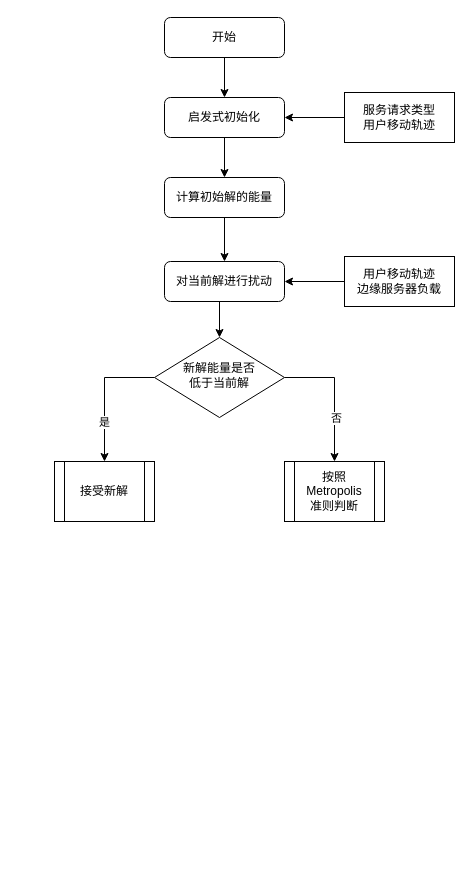
This is MaL算法流程图.drawio from DCLe-DA/Learning-DL-by-Hand, a draw.io file, before an edit. Source tidied: cells renumbered, new cells numbered last; positions are measured from the earlier drawing's top-left corner, leaving out a move shared by most shapes. Both pictures are drawn from the tidied source at 100%, with x=0, y=0 at pixel (54, 17).
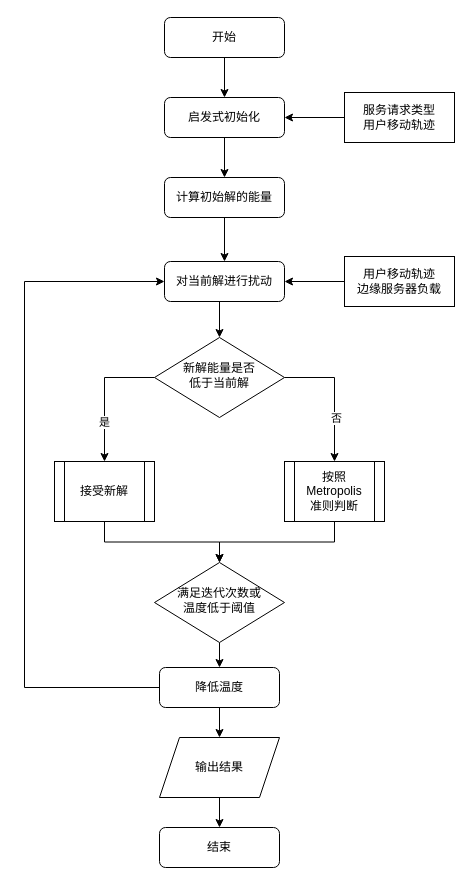
The same diagram, later.

Commit message (it also covers changes not shown here):
更新MaL算法流程图.drawio

The change refers to these unchanged cells:
```xml
<mxCell id="11" value="对当前解进行扰动" style="rounded=1;whiteSpace=wrap;html=1;fontSize=12;glass=0;strokeWidth=1;shadow=0;" parent="1" vertex="1">
  <mxGeometry x="110" y="244" width="120" height="40" as="geometry" />
</mxCell>
<mxCell id="19" value="接受新解" style="shape=process;whiteSpace=wrap;html=1;backgroundOutline=1;" parent="1" vertex="1">
  <mxGeometry y="444" width="100" height="60" as="geometry" />
</mxCell>
<mxCell id="20" value="按照Metropolis&lt;div&gt;准则判断&lt;/div&gt;" style="shape=process;whiteSpace=wrap;html=1;backgroundOutline=1;" parent="1" vertex="1">
  <mxGeometry x="230" y="444" width="100" height="60" as="geometry" />
</mxCell>
```

The edit, as a diff of the source:
```diff
@@
+    <mxCell id="21" style="edgeStyle=orthogonalEdgeStyle;rounded=0;jettySize=auto;html=1;exitX=0.5;exitY=1;exitDx=0;exitDy=0;entryX=0.5;entryY=0;entryDx=0;entryDy=0;" parent="1" edge="1" source="20" target="23">
+      <mxGeometry relative="1" as="geometry" />
+    </mxCell>
@@
+    <mxCell id="22" style="edgeStyle=orthogonalEdgeStyle;rounded=0;jettySize=auto;html=1;exitX=0.5;exitY=1;exitDx=0;exitDy=0;entryX=0.5;entryY=0;entryDx=0;entryDy=0;" parent="1" edge="1" source="23" target="27">
+      <mxGeometry relative="1" as="geometry" />
+    </mxCell>
+    <mxCell id="23" value="满足迭代次数或&lt;div&gt;温度低于阈值&lt;/div&gt;" style="rhombus;whiteSpace=wrap;html=1;shadow=0;fontFamily=Helvetica;fontSize=12;align=center;strokeWidth=1;spacing=6;spacingTop=-4;" parent="1" vertex="1">
+      <mxGeometry x="100" y="545" width="130" height="80" as="geometry" />
+    </mxCell>
+    <mxCell id="24" style="edgeStyle=orthogonalEdgeStyle;rounded=0;jettySize=auto;html=1;exitX=0.5;exitY=1;exitDx=0;exitDy=0;entryX=0.5;entryY=0;entryDx=0;entryDy=0;" parent="1" edge="1" source="19" target="23">
+      <mxGeometry relative="1" as="geometry" />
+    </mxCell>
+    <mxCell id="25" style="edgeStyle=orthogonalEdgeStyle;rounded=0;jettySize=auto;html=1;exitX=0;exitY=0.5;exitDx=0;exitDy=0;entryX=0;entryY=0.5;entryDx=0;entryDy=0;" parent="1" edge="1" source="27" target="11">
+      <mxGeometry relative="1" as="geometry">
+        <Array as="points">
+          <mxPoint x="-30" y="670" />
+          <mxPoint x="-30" y="264" />
+        </Array>
+      </mxGeometry>
+    </mxCell>
+    <mxCell id="26" style="edgeStyle=orthogonalEdgeStyle;rounded=0;jettySize=auto;html=1;exitX=0.5;exitY=1;exitDx=0;exitDy=0;entryX=0.5;entryY=0;entryDx=0;entryDy=0;" parent="1" edge="1" source="27" target="29">
+      <mxGeometry relative="1" as="geometry" />
+    </mxCell>
+    <mxCell id="27" value="降低温度" style="rounded=1;whiteSpace=wrap;html=1;fontSize=12;glass=0;strokeWidth=1;shadow=0;" parent="1" vertex="1">
+      <mxGeometry x="105" y="650" width="120" height="40" as="geometry" />
+    </mxCell>
+    <mxCell id="28" style="edgeStyle=orthogonalEdgeStyle;rounded=0;jettySize=auto;html=1;exitX=0.5;exitY=1;exitDx=0;exitDy=0;entryX=0.5;entryY=0;entryDx=0;entryDy=0;" parent="1" edge="1" source="29" target="30">
+      <mxGeometry relative="1" as="geometry" />
+    </mxCell>
+    <mxCell id="29" value="输出结果" style="shape=parallelogram;perimeter=parallelogramPerimeter;whiteSpace=wrap;html=1;fixedSize=1;" parent="1" vertex="1">
+      <mxGeometry x="105" y="720" width="120" height="60" as="geometry" />
+    </mxCell>
+    <mxCell id="30" value="结束" style="rounded=1;whiteSpace=wrap;html=1;fontSize=12;glass=0;strokeWidth=1;shadow=0;" parent="1" vertex="1">
+      <mxGeometry x="105" y="810" width="120" height="40" as="geometry" />
+    </mxCell>
```
